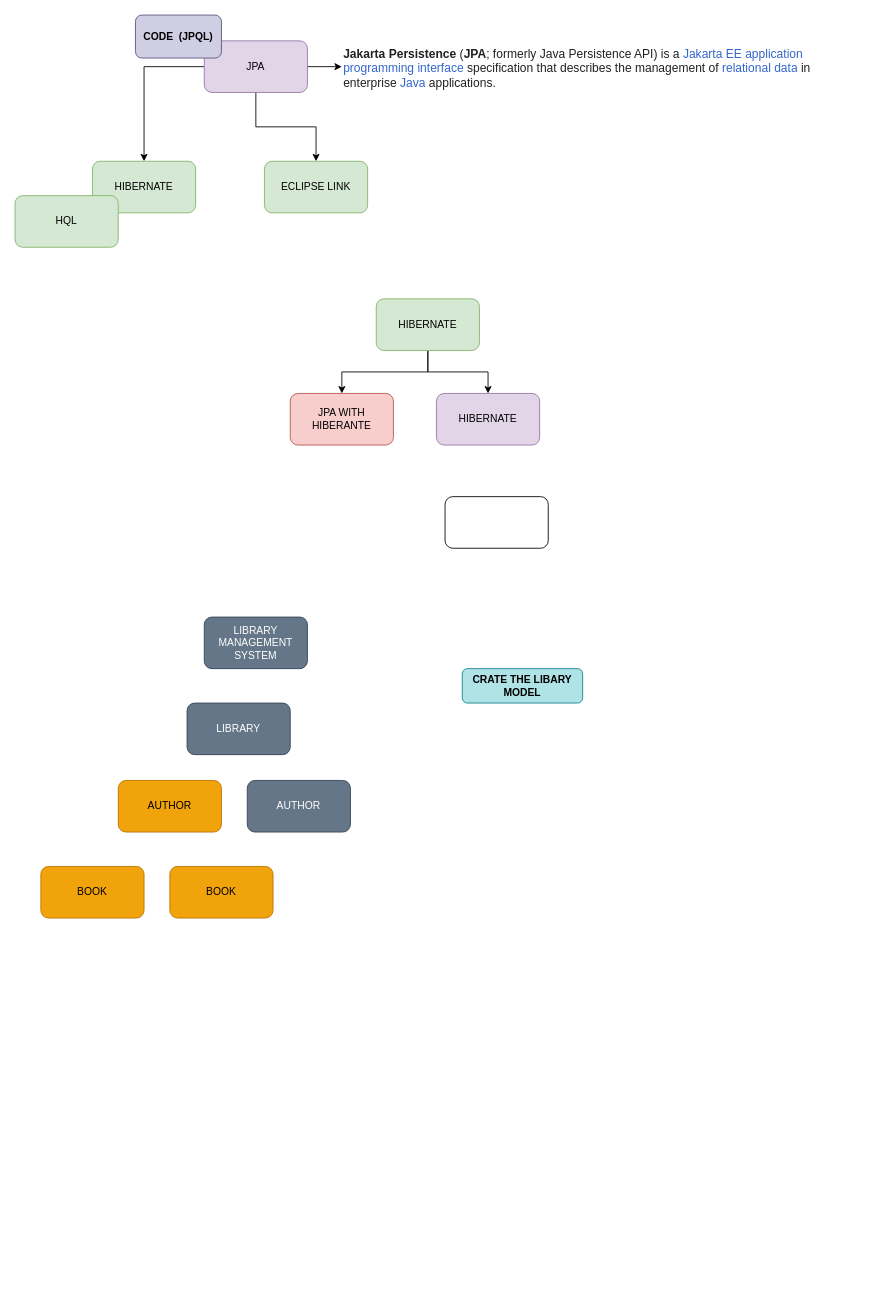
Earlier version of the draw.io diagram page "Hiberante" (10 of 10) of LET US DRAW/LET US DRAW.drawio (aushub230123/ausGit). Source tidied: cells renumbered, new cells numbered last; positions are measured from the earlier drawing's top-left corner, leaving out a move shared by most shapes. Both pictures are drawn from the tidied source at 86%, with x=0, y=0 at pixel (15, 15).
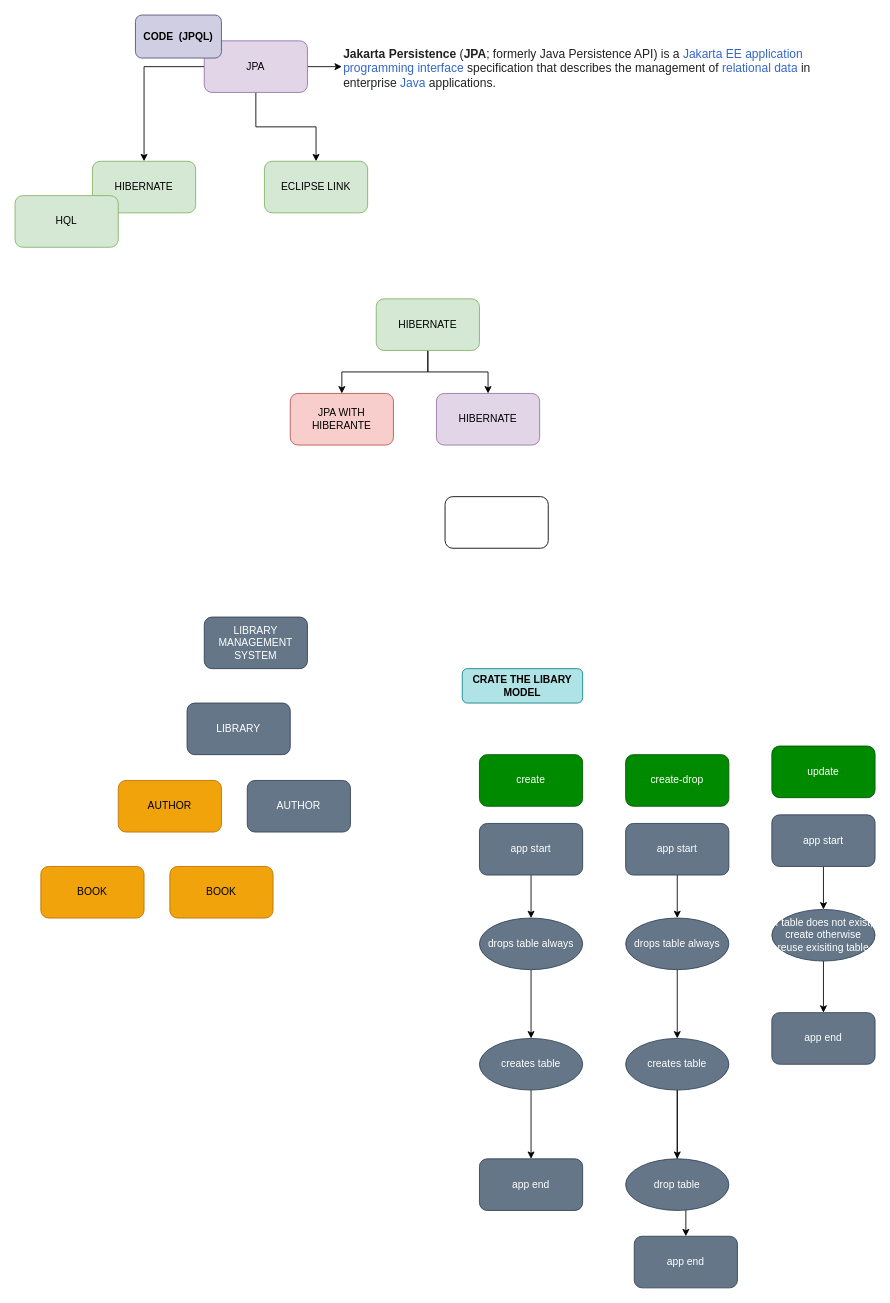
Above is the later version.

Diff of the diagram source:
```diff
@@
+    <mxCell id="24" style="edgeStyle=orthogonalEdgeStyle;rounded=0;jettySize=auto;html=1;" parent="1" edge="1" source="25" target="27">
+      <mxGeometry relative="1" as="geometry" />
+    </mxCell>
+    <mxCell id="25" value="app start" style="rounded=1;whiteSpace=wrap;html=1;fillColor=#647687;strokeColor=#314354;fontColor=#ffffff;" parent="1" vertex="1">
+      <mxGeometry x="540" y="940" width="120" height="60" as="geometry" />
+    </mxCell>
+    <mxCell id="26" style="edgeStyle=orthogonalEdgeStyle;rounded=0;jettySize=auto;html=1;" parent="1" edge="1" source="27" target="29">
+      <mxGeometry relative="1" as="geometry" />
+    </mxCell>
+    <mxCell id="27" value="drops table always" style="ellipse;whiteSpace=wrap;html=1;rounded=1;fontColor=#ffffff;strokeColor=#314354;fillColor=#647687;" parent="1" vertex="1">
+      <mxGeometry x="540" y="1050" width="120" height="60" as="geometry" />
+    </mxCell>
+    <mxCell id="28" style="edgeStyle=orthogonalEdgeStyle;rounded=0;jettySize=auto;html=1;" parent="1" edge="1" source="29" target="30">
+      <mxGeometry relative="1" as="geometry" />
+    </mxCell>
+    <mxCell id="29" value="creates table" style="ellipse;whiteSpace=wrap;html=1;rounded=1;fontColor=#ffffff;strokeColor=#314354;fillColor=#647687;" parent="1" vertex="1">
+      <mxGeometry x="540" y="1190" width="120" height="60" as="geometry" />
+    </mxCell>
+    <mxCell id="30" value="app end" style="whiteSpace=wrap;html=1;rounded=1;fontColor=#ffffff;strokeColor=#314354;fillColor=#647687;" parent="1" vertex="1">
+      <mxGeometry x="540" y="1330" width="120" height="60" as="geometry" />
+    </mxCell>
+    <mxCell id="31" style="edgeStyle=orthogonalEdgeStyle;rounded=0;jettySize=auto;html=1;" parent="1" edge="1" source="32" target="34">
+      <mxGeometry relative="1" as="geometry" />
+    </mxCell>
+    <mxCell id="32" value="app start" style="rounded=1;whiteSpace=wrap;html=1;fillColor=#647687;strokeColor=#314354;fontColor=#ffffff;" parent="1" vertex="1">
+      <mxGeometry x="710" y="940" width="120" height="60" as="geometry" />
+    </mxCell>
+    <mxCell id="33" style="edgeStyle=orthogonalEdgeStyle;rounded=0;jettySize=auto;html=1;" parent="1" edge="1" source="34" target="37">
+      <mxGeometry relative="1" as="geometry" />
+    </mxCell>
+    <mxCell id="34" value="drops table always" style="ellipse;whiteSpace=wrap;html=1;rounded=1;fontColor=#ffffff;strokeColor=#314354;fillColor=#647687;" parent="1" vertex="1">
+      <mxGeometry x="710" y="1050" width="120" height="60" as="geometry" />
+    </mxCell>
+    <mxCell id="35" style="edgeStyle=orthogonalEdgeStyle;rounded=0;jettySize=auto;html=1;" parent="1" edge="1" source="37" target="38">
+      <mxGeometry relative="1" as="geometry" />
+    </mxCell>
+    <mxCell id="36" style="edgeStyle=orthogonalEdgeStyle;rounded=0;jettySize=auto;html=1;" parent="1" edge="1" source="37" target="39">
+      <mxGeometry relative="1" as="geometry" />
+    </mxCell>
+    <mxCell id="37" value="creates table" style="ellipse;whiteSpace=wrap;html=1;rounded=1;fontColor=#ffffff;strokeColor=#314354;fillColor=#647687;" parent="1" vertex="1">
+      <mxGeometry x="710" y="1190" width="120" height="60" as="geometry" />
+    </mxCell>
+    <mxCell id="38" value="app end" style="whiteSpace=wrap;html=1;rounded=1;fontColor=#ffffff;strokeColor=#314354;fillColor=#647687;" parent="1" vertex="1">
+      <mxGeometry x="720" y="1420" width="120" height="60" as="geometry" />
+    </mxCell>
+    <mxCell id="39" value="drop table" style="ellipse;whiteSpace=wrap;html=1;rounded=1;fontColor=#ffffff;strokeColor=#314354;fillColor=#647687;" parent="1" vertex="1">
+      <mxGeometry x="710" y="1330" width="120" height="60" as="geometry" />
+    </mxCell>
+    <mxCell id="40" style="edgeStyle=orthogonalEdgeStyle;rounded=0;jettySize=auto;html=1;" parent="1" edge="1" source="41" target="43">
+      <mxGeometry relative="1" as="geometry" />
+    </mxCell>
+    <mxCell id="41" value="app start" style="rounded=1;whiteSpace=wrap;html=1;fillColor=#647687;strokeColor=#314354;fontColor=#ffffff;" parent="1" vertex="1">
+      <mxGeometry x="880" y="930" width="120" height="60" as="geometry" />
+    </mxCell>
+    <mxCell id="42" style="edgeStyle=orthogonalEdgeStyle;rounded=0;jettySize=auto;html=1;entryX=0.5;entryY=0;entryDx=0;entryDy=0;" parent="1" edge="1" source="43" target="44">
+      <mxGeometry relative="1" as="geometry" />
+    </mxCell>
+    <mxCell id="43" value="if table does not exist, create otherwise reuse exisiting table" style="ellipse;whiteSpace=wrap;html=1;rounded=1;fontColor=#ffffff;strokeColor=#314354;fillColor=#647687;" parent="1" vertex="1">
+      <mxGeometry x="880" y="1040" width="120" height="60" as="geometry" />
+    </mxCell>
+    <mxCell id="44" value="app end" style="whiteSpace=wrap;html=1;rounded=1;fontColor=#ffffff;strokeColor=#314354;fillColor=#647687;" parent="1" vertex="1">
+      <mxGeometry x="880" y="1160" width="120" height="60" as="geometry" />
+    </mxCell>
+    <mxCell id="45" value="create" style="rounded=1;whiteSpace=wrap;html=1;fillColor=#008a00;strokeColor=#005700;fontColor=#ffffff;" parent="1" vertex="1">
+      <mxGeometry x="540" y="860" width="120" height="60" as="geometry" />
+    </mxCell>
+    <mxCell id="46" value="create-drop" style="rounded=1;whiteSpace=wrap;html=1;fillColor=#008a00;strokeColor=#005700;fontColor=#ffffff;" parent="1" vertex="1">
+      <mxGeometry x="710" y="860" width="120" height="60" as="geometry" />
+    </mxCell>
+    <mxCell id="47" value="update" style="rounded=1;whiteSpace=wrap;html=1;fillColor=#008a00;strokeColor=#005700;fontColor=#ffffff;" parent="1" vertex="1">
+      <mxGeometry x="880" y="850" width="120" height="60" as="geometry" />
+    </mxCell>
```
